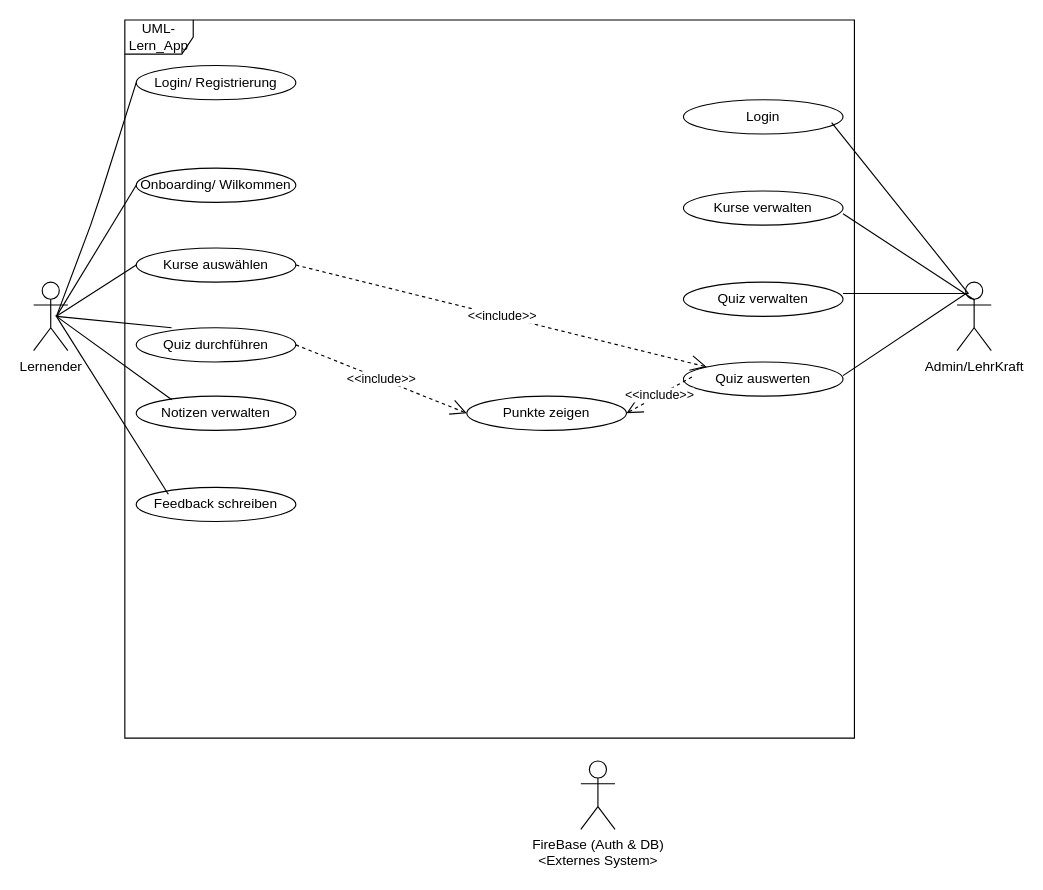
Above: UML-Lern-App.drawio in KanouoKamajo/Praktikum-und-Projekte (draw.io), before the change. Source tidied: cells renumbered, new cells numbered last; positions are measured from the earlier drawing's top-left corner, leaving out a move shared by most shapes. Both pictures are drawn from the tidied source at 114%, with x=0, y=0 at pixel (33, 19).
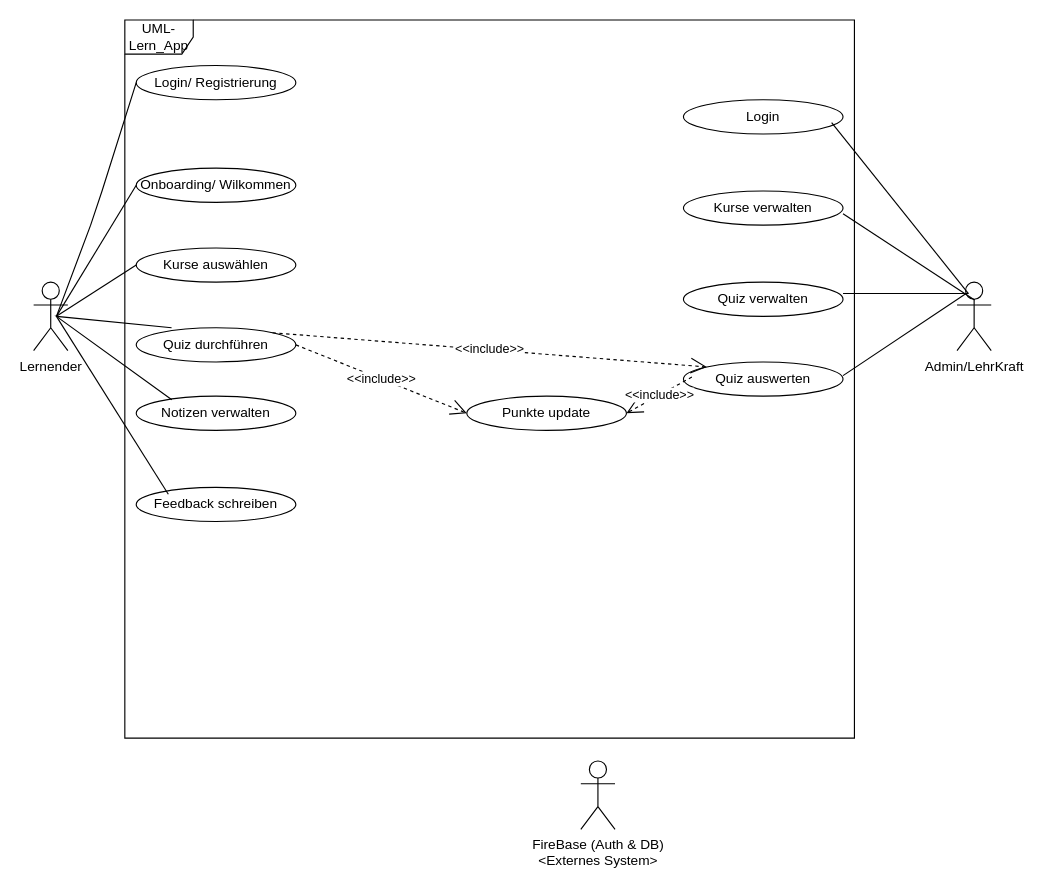
The same page after the edit.

Unchanged cells that the change refers to:
```xml
<mxCell id="8" value="Kurse auswählen" style="ellipse;whiteSpace=wrap;html=1;" parent="1" vertex="1">
  <mxGeometry x="90" y="200" width="140" height="30" as="geometry" />
</mxCell>
<mxCell id="9" value="Quiz durchführen" style="ellipse;whiteSpace=wrap;html=1;" parent="1" vertex="1">
  <mxGeometry x="90" y="270" width="140" height="30" as="geometry" />
</mxCell>
<mxCell id="15" value="Quiz auswerten" style="ellipse;whiteSpace=wrap;html=1;" parent="1" vertex="1">
  <mxGeometry x="570" y="300" width="140" height="30" as="geometry" />
</mxCell>
```

Diff of the diagram source:
```diff
@@
-    <mxCell id="16" value="Punkte zeigen" style="ellipse;whiteSpace=wrap;html=1;" parent="1" vertex="1">
+    <mxCell id="16" value="Punkte update" style="ellipse;whiteSpace=wrap;html=1;" parent="1" vertex="1">
       <mxGeometry x="380" y="330" width="140" height="30" as="geometry" />
     </mxCell>
@@
-    <mxCell id="27" value="&amp;lt;&amp;lt;include&amp;gt;&amp;gt;" style="endArrow=open;endSize=12;dashed=1;html=1;rounded=0;entryX=0;entryY=0;entryDx=0;entryDy=0;exitX=1;exitY=0.5;exitDx=0;exitDy=0;" parent="1" edge="1" source="8" target="15">
+    <mxCell id="27" value="&amp;lt;&amp;lt;include&amp;gt;&amp;gt;" style="endArrow=open;endSize=12;dashed=1;html=1;rounded=0;entryX=0;entryY=0;entryDx=0;entryDy=0;exitX=1;exitY=0;exitDx=0;exitDy=0;" parent="1" edge="1" source="9" target="15">
       <mxGeometry relative="1" as="geometry" />
     </mxCell>
```
